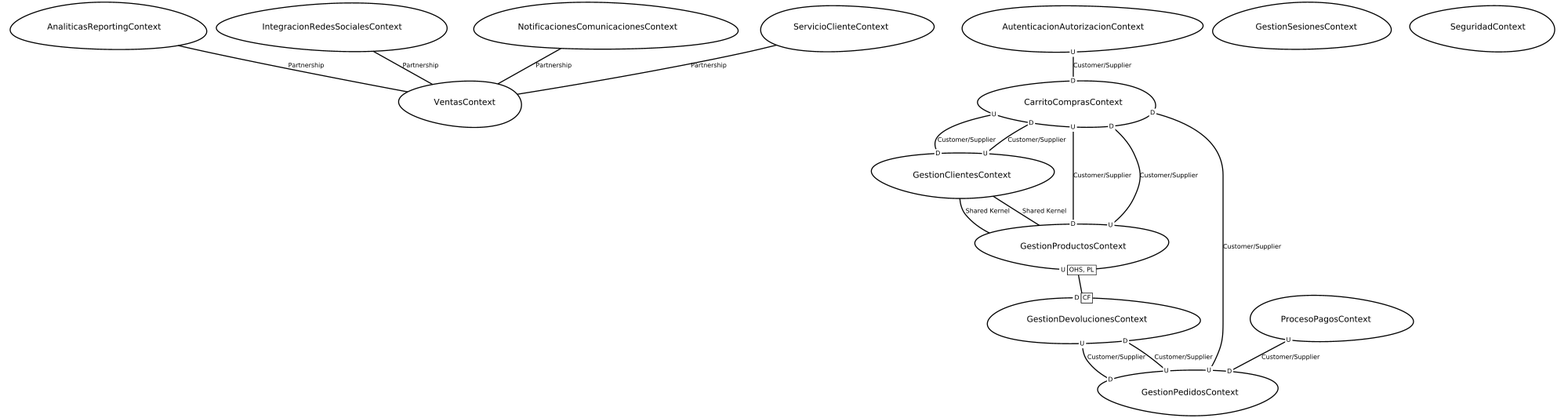
Above: src-gen/LAB02_proyectoEcomerce_ContexMapper_ContextMap.png in Jhonat20/LAB02_proyectoEcomerce_ContexMapper (Graphviz), before the change. Its source is kept beside it as src-gen/LAB02_proyectoEcomerce_ContexMapper_ContextMap.gv.
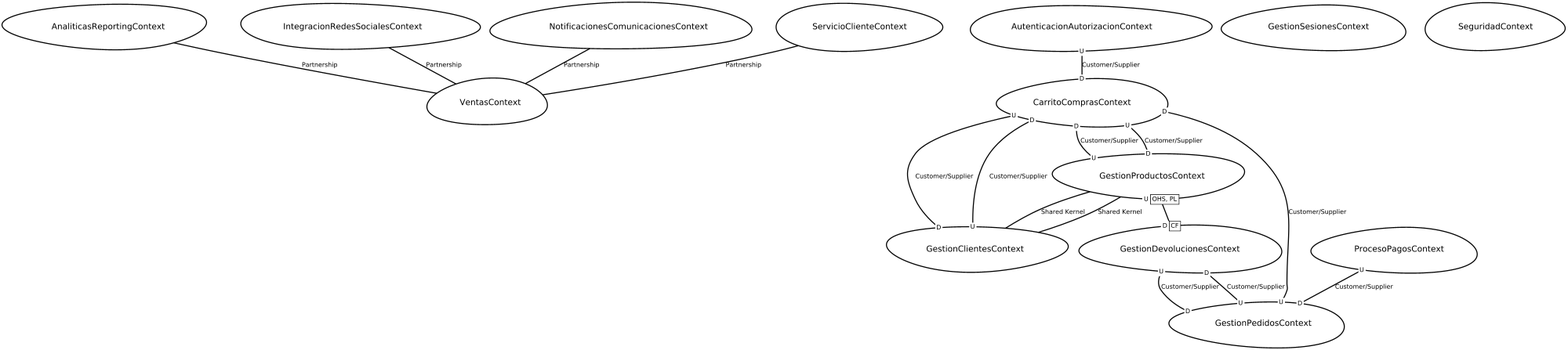
The same file after the commit.

Change to the diagram source:
```diff
@@ -1,21 +1,26 @@
 digraph "ContextMapGraph" {
 graph ["imagepath"="/tmp/GraphvizJava"]
-"AnaliticasReportingContext" ["margin"="0.3","orientation"="189","shape"="egg","fontsize"="16","style"="bold","label"="AnaliticasReportingContext\n","fontname"="sans-serif"]
-"VentasContext" ["margin"="0.3","orientation"="157","shape"="egg","fontsize"="16","style"="bold","label"="VentasContext\n","fontname"="sans-serif"]
-"AutenticacionAutorizacionContext" ["margin"="0.3","orientation"="279","shape"="egg","fontsize"="16","style"="bold","label"="AutenticacionAutorizacionContext\n","fontname"="sans-serif"]
-"CarritoComprasContext" ["margin"="0.3","orientation"="82","shape"="egg","fontsize"="16","style"="bold","label"="CarritoComprasContext\n","fontname"="sans-serif"]
-"GestionClientesContext" ["margin"="0.3","orientation"="243","shape"="egg","fontsize"="16","style"="bold","label"="GestionClientesContext\n","fontname"="sans-serif"]
-"GestionProductosContext" ["margin"="0.3","orientation"="277","shape"="egg","fontsize"="16","style"="bold","label"="GestionProductosContext\n","fontname"="sans-serif"]
-"GestionDevolucionesContext" ["margin"="0.3","orientation"="283","shape"="egg","fontsize"="16","style"="bold","label"="GestionDevolucionesContext\n","fontname"="sans-serif"]
-"GestionPedidosContext" ["margin"="0.3","orientation"="63","shape"="egg","fontsize"="16","style"="bold","label"="GestionPedidosContext\n","fontname"="sans-serif"]
-"GestionSesionesContext" ["margin"="0.3","orientation"="230","shape"="egg","fontsize"="16","style"="bold","label"="GestionSesionesContext\n","fontname"="sans-serif"]
-"IntegracionRedesSocialesContext" ["margin"="0.3","orientation"="323","shape"="egg","fontsize"="16","style"="bold","label"="IntegracionRedesSocialesContext\n","fontname"="sans-serif"]
+"AnaliticasReportingContext" ["margin"="0.3","orientation"="159","shape"="egg","fontsize"="16","style"="bold","label"="AnaliticasReportingContext\n","fontname"="sans-serif"]
+"VentasContext" ["margin"="0.3","orientation"="271","shape"="egg","fontsize"="16","style"="bold","label"="VentasContext\n","fontname"="sans-serif"]
+"AutenticacionAutorizacionContext" ["margin"="0.3","orientation"="20","shape"="egg","fontsize"="16","style"="bold","label"="AutenticacionAutorizacionContext\n","fontname"="sans-serif"]
+"CarritoComprasContext" ["margin"="0.3","orientation"="41","shape"="egg","fontsize"="16","style"="bold","label"="CarritoComprasContext\n","fontname"="sans-serif"]
+"GestionProductosContext" ["margin"="0.3","orientation"="88","shape"="egg","fontsize"="16","style"="bold","label"="GestionProductosContext\n","fontname"="sans-serif"]
+"GestionClientesContext" ["margin"="0.3","orientation"="68","shape"="egg","fontsize"="16","style"="bold","label"="GestionClientesContext\n","fontname"="sans-serif"]
+"GestionDevolucionesContext" ["margin"="0.3","orientation"="94","shape"="egg","fontsize"="16","style"="bold","label"="GestionDevolucionesContext\n","fontname"="sans-serif"]
+"GestionPedidosContext" ["margin"="0.3","orientation"="183","shape"="egg","fontsize"="16","style"="bold","label"="GestionPedidosContext\n","fontname"="sans-serif"]
+"GestionSesionesContext" ["margin"="0.3","orientation"="184","shape"="egg","fontsize"="16","style"="bold","label"="GestionSesionesContext\n","fontname"="sans-serif"]
+"IntegracionRedesSocialesContext" ["margin"="0.3","orientation"="59","shape"="egg","fontsize"="16","style"="bold","label"="IntegracionRedesSocialesContext\n","fontname"="sans-serif"]
 "NotificacionesComunicacionesContext" ["margin"="0.3","orientation"="165","shape"="egg","fontsize"="16","style"="bold","label"="NotificacionesComunicacionesContext\n","fontname"="sans-serif"]
-"ProcesoPagosContext" ["margin"="0.3","orientation"="7","shape"="egg","fontsize"="16","style"="bold","label"="ProcesoPagosContext\n","fontname"="sans-serif"]
-"SeguridadContext" ["margin"="0.3","orientation"="179","shape"="egg","fontsize"="16","style"="bold","label"="SeguridadContext\n","fontname"="sans-serif"]
-"ServicioClienteContext" ["margin"="0.3","orientation"="158","shape"="egg","fontsize"="16","style"="bold","label"="ServicioClienteContext\n","fontname"="sans-serif"]
+"ProcesoPagosContext" ["margin"="0.3","orientation"="189","shape"="egg","fontsize"="16","style"="bold","label"="ProcesoPagosContext\n","fontname"="sans-serif"]
+"SeguridadContext" ["margin"="0.3","orientation"="83","shape"="egg","fontsize"="16","style"="bold","label"="SeguridadContext\n","fontname"="sans-serif"]
+"ServicioClienteContext" ["margin"="0.3","orientation"="274","shape"="egg","fontsize"="16","style"="bold","label"="ServicioClienteContext\n","fontname"="sans-serif"]
 "AnaliticasReportingContext" -> "VentasContext" ["fontsize"="12","style"="bold","label"="Partnership","dir"="none","fontname"="sans-serif"]
 "AutenticacionAutorizacionContext" -> "CarritoComprasContext" ["headlabel"=<<table cellspacing="0" cellborder="0" border="0">
+<tr><td bgcolor="white">D</td></tr>
+</table>>,"labeldistance"="0","fontsize"="12","taillabel"=<<table cellspacing="0" cellborder="0" border="0">
+<tr><td bgcolor="white">U</td></tr>
+</table>>,"style"="bold","label"="Customer/Supplier","dir"="none","fontname"="sans-serif"]
+"CarritoComprasContext" -> "GestionProductosContext" ["headlabel"=<<table cellspacing="0" cellborder="0" border="0">
 <tr><td bgcolor="white">D</td></tr>
 </table>>,"labeldistance"="0","fontsize"="12","taillabel"=<<table cellspacing="0" cellborder="0" border="0">
 <tr><td bgcolor="white">U</td></tr>
@@ -25,7 +30,13 @@
 </table>>,"labeldistance"="0","fontsize"="12","taillabel"=<<table cellspacing="0" cellborder="0" border="0">
 <tr><td bgcolor="white">U</td></tr>
 </table>>,"style"="bold","label"="Customer/Supplier","dir"="none","fontname"="sans-serif"]
-"CarritoComprasContext" -> "GestionProductosContext" ["headlabel"=<<table cellspacing="0" cellborder="0" border="0">
+"GestionProductosContext" -> "GestionClientesContext" ["fontsize"="12","style"="bold","label"="Shared Kernel","dir"="none","fontname"="sans-serif"]
+"GestionProductosContext" -> "GestionDevolucionesContext" ["headlabel"=<<table cellspacing="0" cellborder="1" border="0">
+<tr><td bgcolor="white" sides="r">D</td><td sides="trbl" bgcolor="white"><font>CF</font></td></tr>
+</table>>,"labeldistance"="0","fontsize"="12","taillabel"=<<table cellspacing="0" cellborder="1" border="0">
+<tr><td bgcolor="white" sides="r">U</td><td sides="trbl" bgcolor="white"><font>OHS, PL</font></td></tr>
+</table>>,"style"="bold","label"="                                        ","dir"="none","fontname"="sans-serif"]
+"GestionProductosContext" -> "CarritoComprasContext" ["headlabel"=<<table cellspacing="0" cellborder="0" border="0">
 <tr><td bgcolor="white">D</td></tr>
 </table>>,"labeldistance"="0","fontsize"="12","taillabel"=<<table cellspacing="0" cellborder="0" border="0">
 <tr><td bgcolor="white">U</td></tr>
@@ -36,17 +47,6 @@
 <tr><td bgcolor="white">U</td></tr>
 </table>>,"style"="bold","label"="Customer/Supplier","dir"="none","fontname"="sans-serif"]
 "GestionClientesContext" -> "GestionProductosContext" ["fontsize"="12","style"="bold","label"="Shared Kernel","dir"="none","fontname"="sans-serif"]
-"GestionProductosContext" -> "CarritoComprasContext" ["headlabel"=<<table cellspacing="0" cellborder="0" border="0">
-<tr><td bgcolor="white">D</td></tr>
-</table>>,"labeldistance"="0","fontsize"="12","taillabel"=<<table cellspacing="0" cellborder="0" border="0">
-<tr><td bgcolor="white">U</td></tr>
-</table>>,"style"="bold","label"="Customer/Supplier","dir"="none","fontname"="sans-serif"]
-"GestionProductosContext" -> "GestionClientesContext" ["fontsize"="12","style"="bold","label"="Shared Kernel","dir"="none","fontname"="sans-serif"]
-"GestionProductosContext" -> "GestionDevolucionesContext" ["headlabel"=<<table cellspacing="0" cellborder="1" border="0">
-<tr><td bgcolor="white" sides="r">D</td><td sides="trbl" bgcolor="white"><font>CF</font></td></tr>
-</table>>,"labeldistance"="0","fontsize"="12","taillabel"=<<table cellspacing="0" cellborder="1" border="0">
-<tr><td bgcolor="white" sides="r">U</td><td sides="trbl" bgcolor="white"><font>OHS, PL</font></td></tr>
-</table>>,"style"="bold","label"="                                        ","dir"="none","fontname"="sans-serif"]
 "GestionDevolucionesContext" -> "GestionPedidosContext" ["headlabel"=<<table cellspacing="0" cellborder="0" border="0">
 <tr><td bgcolor="white">D</td></tr>
 </table>>,"labeldistance"="0","fontsize"="12","taillabel"=<<table cellspacing="0" cellborder="0" border="0">
```
